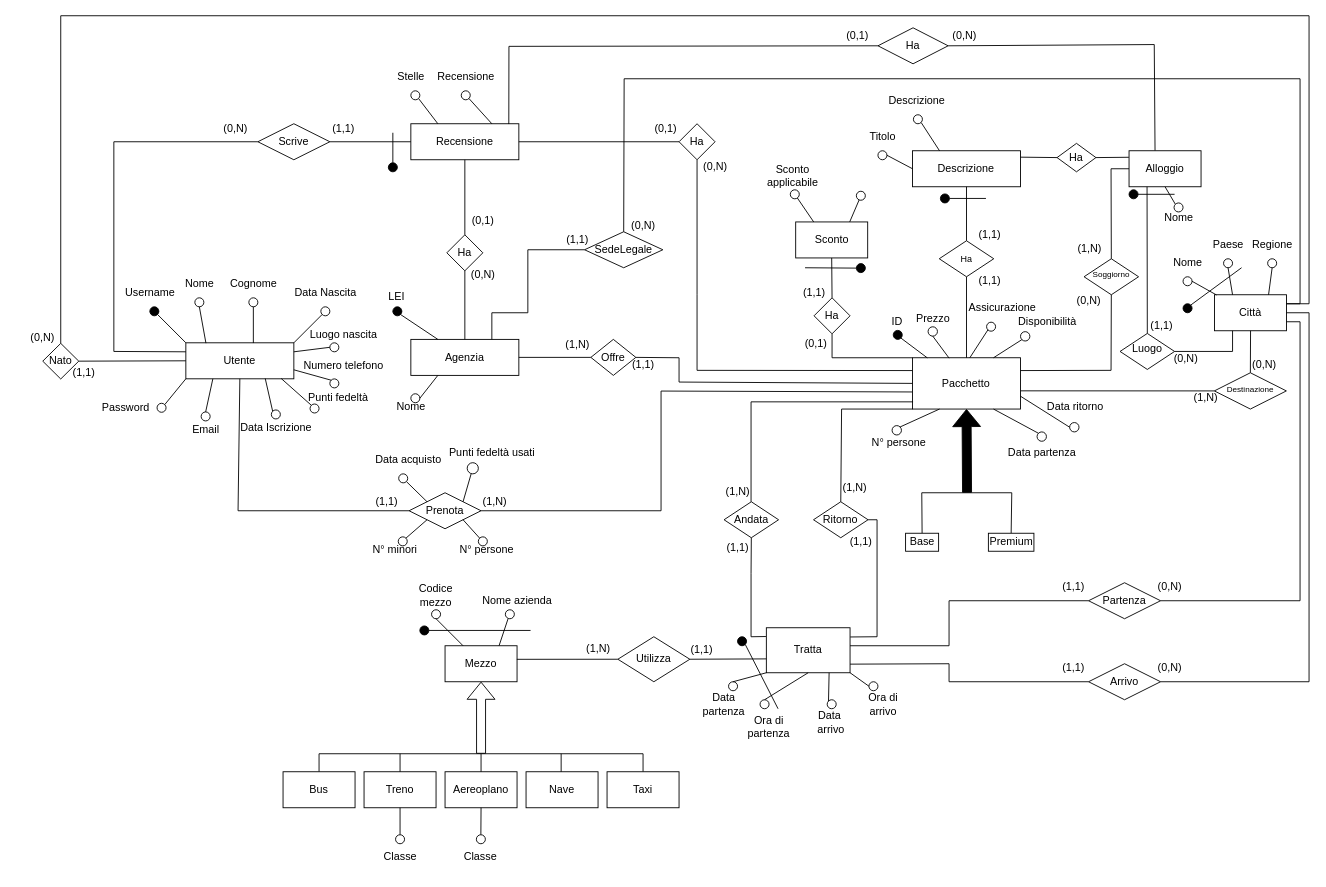
This is ER/ER.drawio from bustre/Easy-travel, a draw.io file, before an edit. Source tidied: cells renumbered, new cells numbered last; positions are measured from the earlier drawing's top-left corner, leaving out a move shared by most shapes. Both pictures are drawn from the tidied source at 90%, with x=0, y=0 at pixel (15, 15).
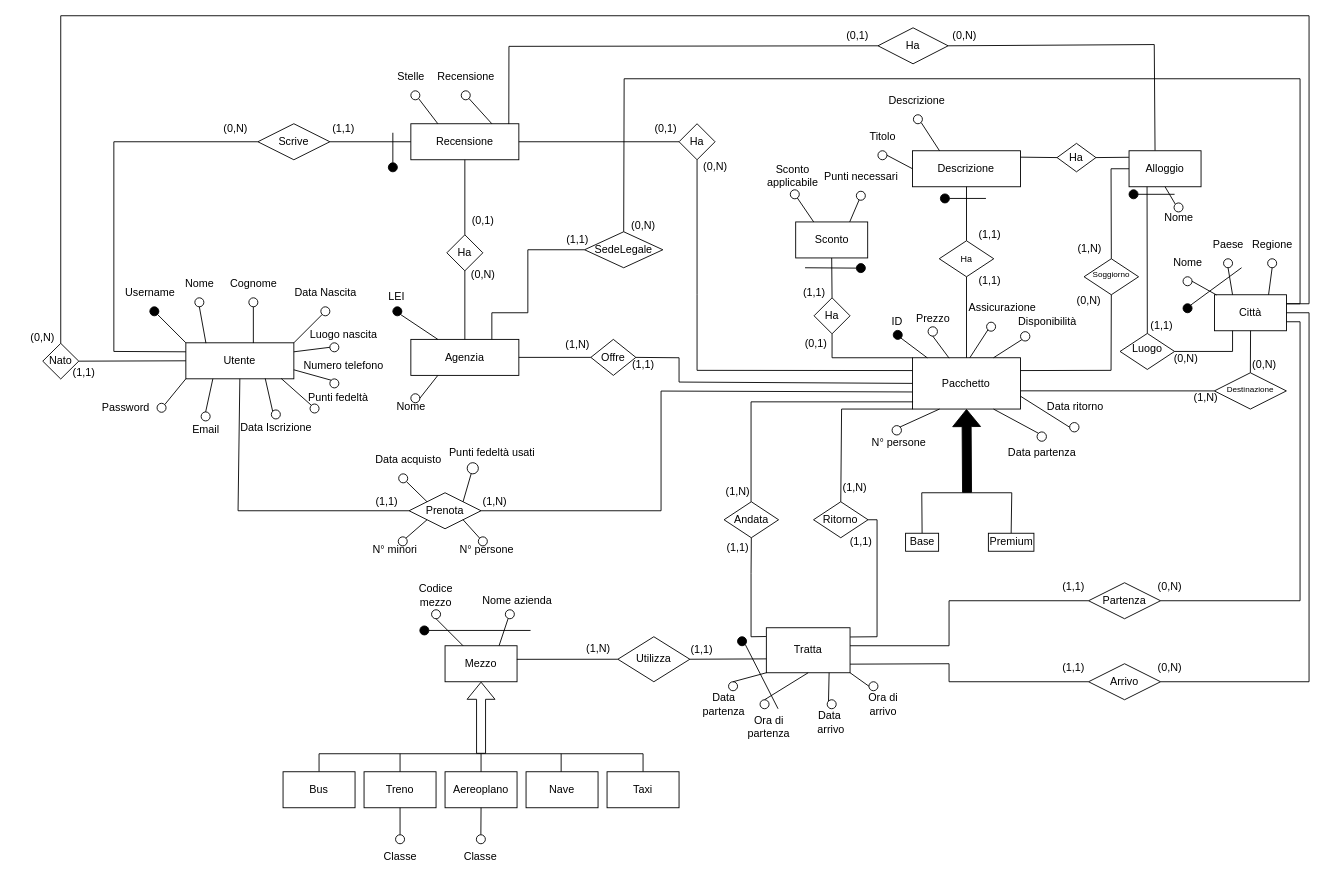
The same diagram, later.

Diff of the diagram source:
```diff
@@
+    <mxCell id="261" value="Punti necessari" style="text;html=1;align=center;verticalAlign=middle;strokeColor=none;fillColor=none;" parent="1" vertex="1">
+      <mxGeometry x="889" y="166" width="100" height="26" as="geometry" />
+    </mxCell>
```
